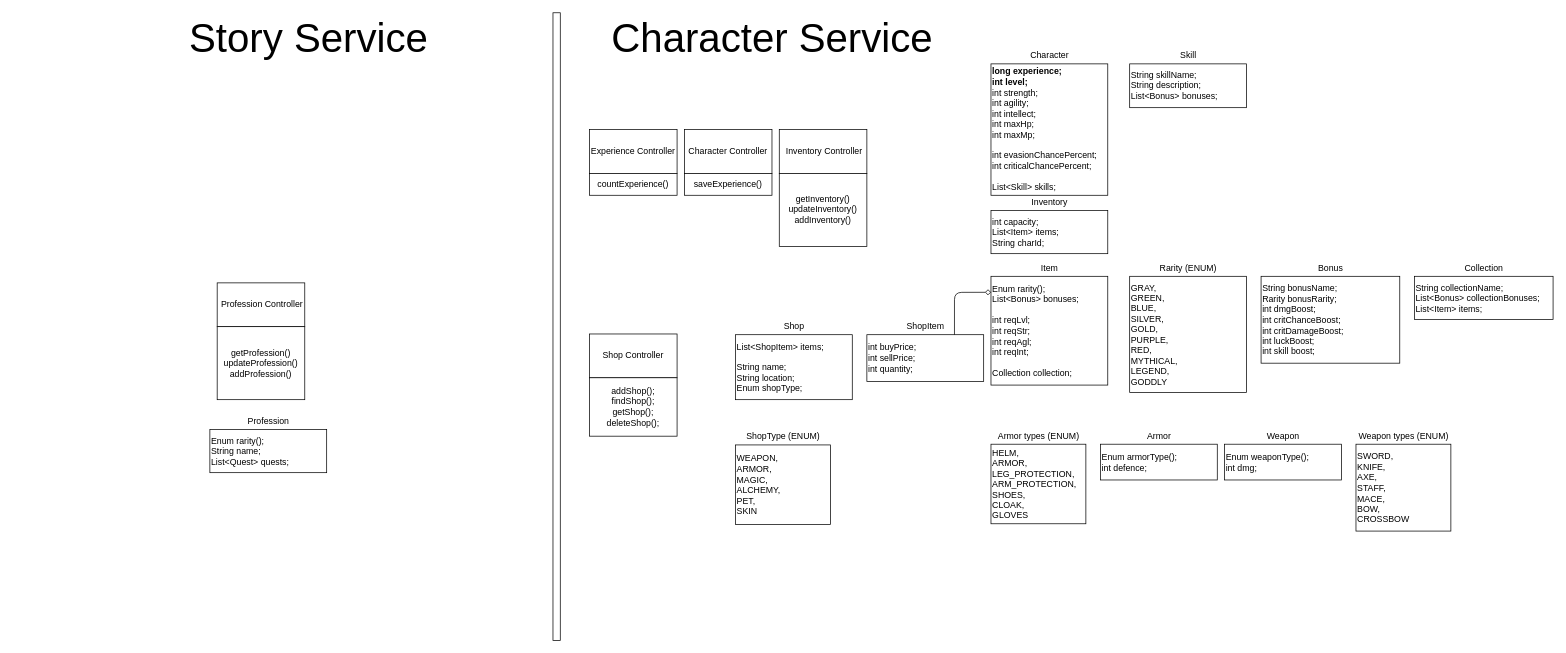
FedosovMax/diagrams keeps this draw.io diagram as Character.drawio. Above is the earlier version. Source tidied: cells renumbered, new cells numbered last; positions are measured from the earlier drawing's top-left corner, leaving out a move shared by most shapes. Both pictures are drawn from the tidied source at 73%, with x=0, y=0 at pixel (184, 12).
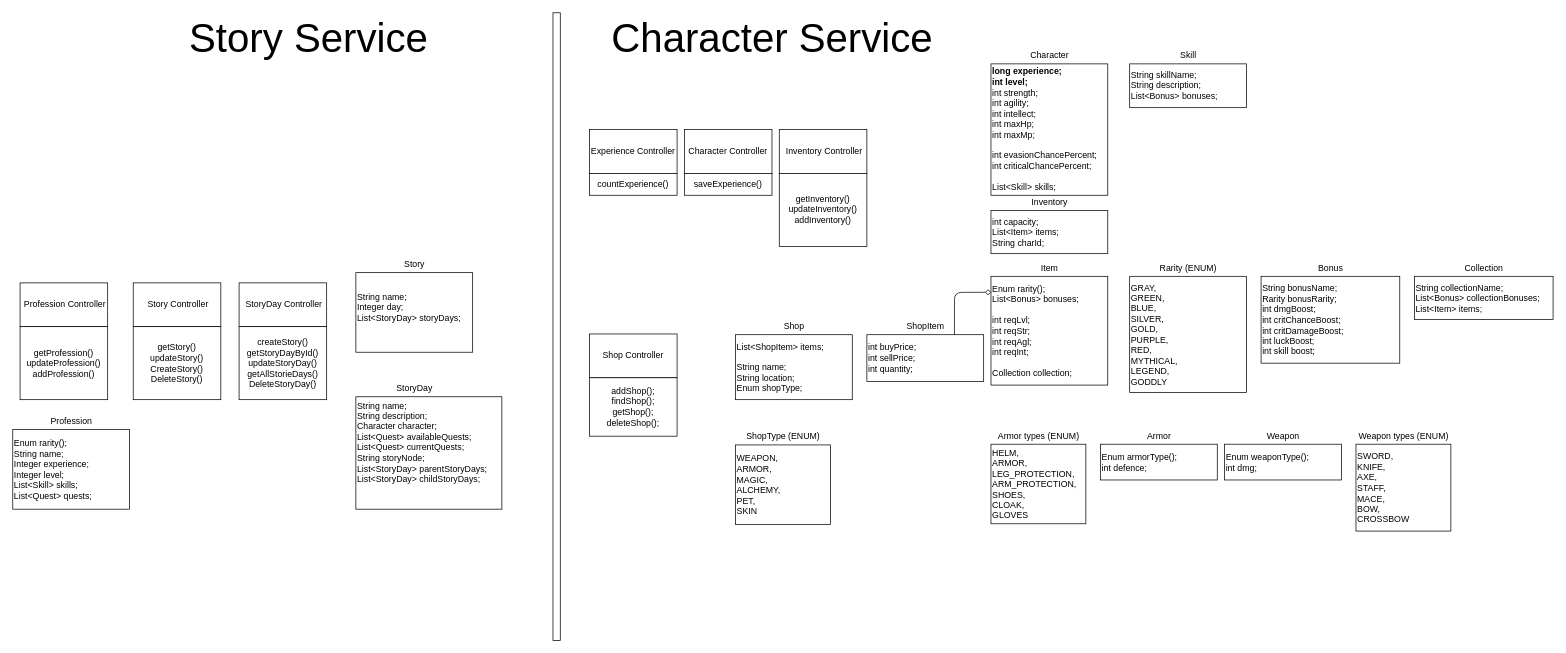
The same diagram, later.

Diff of the diagram source:
```diff
@@
     <mxCell id="30" value="&amp;nbsp;Profession Controller" style="rounded=0;whiteSpace=wrap;html=1;" parent="1" vertex="1">
-      <mxGeometry x="45" y="370" width="120" height="60" as="geometry" />
+      <mxGeometry x="-225" y="370" width="120" height="60" as="geometry" />
     </mxCell>
     <mxCell id="31" value="getProfession()&lt;br&gt;updateProfession()&lt;br&gt;addProfession()" style="rounded=0;whiteSpace=wrap;html=1;" parent="1" vertex="1">
-      <mxGeometry x="45" y="430" width="120" height="100" as="geometry" />
+      <mxGeometry x="-225" y="430" width="120" height="100" as="geometry" />
     </mxCell>
-    <mxCell id="32" value="Enum rarity();&lt;br&gt;String name;&amp;nbsp;&lt;br&gt;List&amp;lt;Quest&amp;gt; quests;&amp;nbsp;" style="rounded=0;whiteSpace=wrap;html=1;align=left;" parent="1" vertex="1">
-      <mxGeometry x="35" y="571" width="160" height="59" as="geometry" />
+    <mxCell id="32" value="Enum rarity();&lt;br&gt;&lt;div&gt;String name; &lt;br&gt;&lt;/div&gt;&lt;div&gt;Integer experience;&lt;/div&gt;&lt;div&gt;Integer level;&lt;/div&gt;&lt;div&gt;List&amp;lt;Skill&amp;gt; skills;&lt;br&gt;&lt;/div&gt;List&amp;lt;Quest&amp;gt; quests;&amp;nbsp;" style="rounded=0;whiteSpace=wrap;html=1;align=left;" parent="1" vertex="1">
+      <mxGeometry x="-235" y="571" width="160" height="109" as="geometry" />
     </mxCell>
     <mxCell id="33" value="Profession" style="text;html=1;align=center;verticalAlign=middle;" parent="1" vertex="1">
-      <mxGeometry x="80" y="550" width="70" height="20" as="geometry" />
+      <mxGeometry x="-190" y="550" width="70" height="20" as="geometry" />
     </mxCell>
@@
+    <mxCell id="46" value="&lt;div&gt;String name; &lt;br&gt;&lt;/div&gt;&lt;div&gt;Integer day; &lt;br&gt;&lt;/div&gt;&lt;div&gt;List&amp;lt;StoryDay&amp;gt; storyDays;&lt;/div&gt;&lt;div&gt; &lt;br&gt;&lt;/div&gt;" style="rounded=0;whiteSpace=wrap;html=1;align=left;" parent="1" vertex="1">
+      <mxGeometry x="235" y="356" width="160" height="109" as="geometry" />
+    </mxCell>
+    <mxCell id="47" value="Story" style="text;html=1;align=center;verticalAlign=middle;" parent="1" vertex="1">
+      <mxGeometry x="295" y="335" width="40" height="20" as="geometry" />
+    </mxCell>
+    <mxCell id="48" value="&lt;div&gt;String name; &lt;br&gt;&lt;/div&gt;&lt;div&gt;String description;&lt;/div&gt;&lt;div&gt;Character character;&lt;br&gt;&lt;/div&gt;&lt;div&gt;List&amp;lt;Quest&amp;gt; availableQuests;&lt;/div&gt;&lt;div&gt;List&amp;lt;Quest&amp;gt; currentQuests;&lt;/div&gt;&lt;div&gt;String storyNode;&lt;/div&gt;&lt;div&gt;List&amp;lt;StoryDay&amp;gt; parentStoryDays;&lt;/div&gt;&lt;div&gt;List&amp;lt;StoryDay&amp;gt; childStoryDays;&lt;/div&gt;&lt;div&gt;&lt;br&gt;&lt;/div&gt;&lt;div&gt;&lt;br&gt;&lt;/div&gt;" style="rounded=0;whiteSpace=wrap;html=1;align=left;" parent="1" vertex="1">
+      <mxGeometry x="235" y="526" width="200" height="154" as="geometry" />
+    </mxCell>
+    <mxCell id="49" value="StoryDay" style="text;html=1;align=center;verticalAlign=middle;" parent="1" vertex="1">
+      <mxGeometry x="285" y="505" width="60" height="20" as="geometry" />
+    </mxCell>
+    <mxCell id="50" value="&amp;nbsp;Story Controller" style="rounded=0;whiteSpace=wrap;html=1;" parent="1" vertex="1">
+      <mxGeometry x="-70" y="370" width="120" height="60" as="geometry" />
+    </mxCell>
+    <mxCell id="51" value="getStory()&lt;br&gt;updateStory()&lt;br&gt;&lt;div&gt;CreateStory()&lt;/div&gt;&lt;div&gt;DeleteStory()&lt;br&gt;&lt;/div&gt;" style="rounded=0;whiteSpace=wrap;html=1;" parent="1" vertex="1">
+      <mxGeometry x="-70" y="430" width="120" height="100" as="geometry" />
+    </mxCell>
+    <mxCell id="52" value="&amp;nbsp;StoryDay Controller" style="rounded=0;whiteSpace=wrap;html=1;" parent="1" vertex="1">
+      <mxGeometry x="75" y="370" width="120" height="60" as="geometry" />
+    </mxCell>
+    <mxCell id="53" value="&lt;div&gt;createStory()&lt;/div&gt;&lt;div&gt;getStoryDayById()&lt;/div&gt;updateStoryDay()&lt;br&gt;&lt;div&gt;getAllStorieDays()&lt;/div&gt;&lt;div&gt;DeleteStoryDay()&lt;br&gt;&lt;/div&gt;" style="rounded=0;whiteSpace=wrap;html=1;" parent="1" vertex="1">
+      <mxGeometry x="75" y="430" width="120" height="100" as="geometry" />
+    </mxCell>
```
